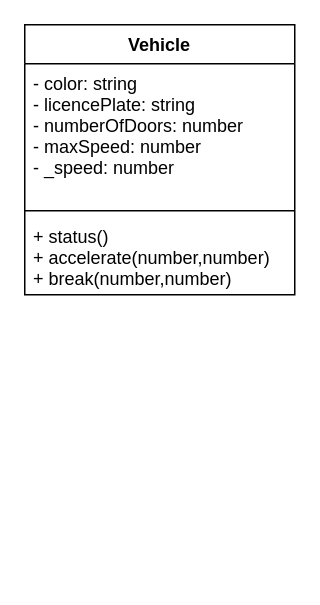
The draw.io diagram design/vehicle.drawio in Emmanuel-Fofeyin/ICS4U-Unit2-05-Typescript, before the edit. Source tidied: cells renumbered, new cells numbered last; positions are measured from the earlier drawing's top-left corner, leaving out a move shared by most shapes. Both pictures are drawn from the tidied source at 150%, with x=0, y=0 at pixel (24, 24).
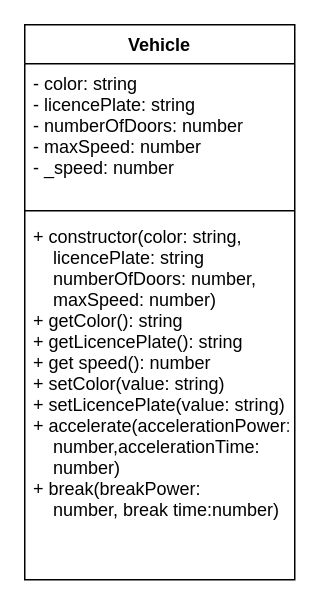
After the change.

Change to the diagram source:
```diff
@@
 <mxGraphModel>
   <root>
     <mxCell id="0" />
     <mxCell id="1" parent="0" />
     <mxCell id="2" value="Vehicle" style="swimlane;fontStyle=1;align=center;verticalAlign=top;horizontal=1;startSize=26;" parent="1" vertex="1">
-      <mxGeometry width="180" height="180" as="geometry" />
+      <mxGeometry width="180" height="370" as="geometry" />
     </mxCell>
     <mxCell id="3" value="- color: string&#10;- licencePlate: string&#10;- numberOfDoors: number&#10;- maxSpeed: number&#10;- _speed: number" style="text;strokeColor=none;fillColor=none;align=left;verticalAlign=top;spacingLeft=4;spacingRight=4;overflow=hidden;" parent="2" vertex="1">
       <mxGeometry y="26" width="180" height="94" as="geometry" />
     </mxCell>
     <mxCell id="4" style="line;strokeWidth=1;fillColor=none;align=left;verticalAlign=middle;spacingTop=-1;spacingLeft=3;spacingRight=3;labelPosition=right;strokeColor=inherit;" parent="2" vertex="1">
       <mxGeometry y="120" width="180" height="8" as="geometry" />
     </mxCell>
-    <mxCell id="5" value="+ status()&#10;+ accelerate(number,number)&#10;+ break(number,number)" style="text;strokeColor=none;fillColor=none;align=left;verticalAlign=top;spacingLeft=4;spacingRight=4;overflow=hidden;" parent="2" vertex="1">
-      <mxGeometry y="128" width="180" height="52" as="geometry" />
+    <mxCell id="5" value="+ constructor(color: string, &#10;    licencePlate: string&#10;    numberOfDoors: number, &#10;    maxSpeed: number)&#10;+ getColor(): string&#10;+ getLicencePlate(): string&#10;+ get speed(): number&#10;+ setColor(value: string)&#10;+ setLicencePlate(value: string)&#10;+ accelerate(accelerationPower:&#10;    number,accelerationTime:&#10;    number)&#10;+ break(breakPower: &#10;    number, break time:number)" style="text;strokeColor=none;fillColor=none;align=left;verticalAlign=top;spacingLeft=4;spacingRight=4;overflow=hidden;" parent="2" vertex="1">
+      <mxGeometry y="128" width="180" height="242" as="geometry" />
     </mxCell>
   </root>
 </mxGraphModel>
```
